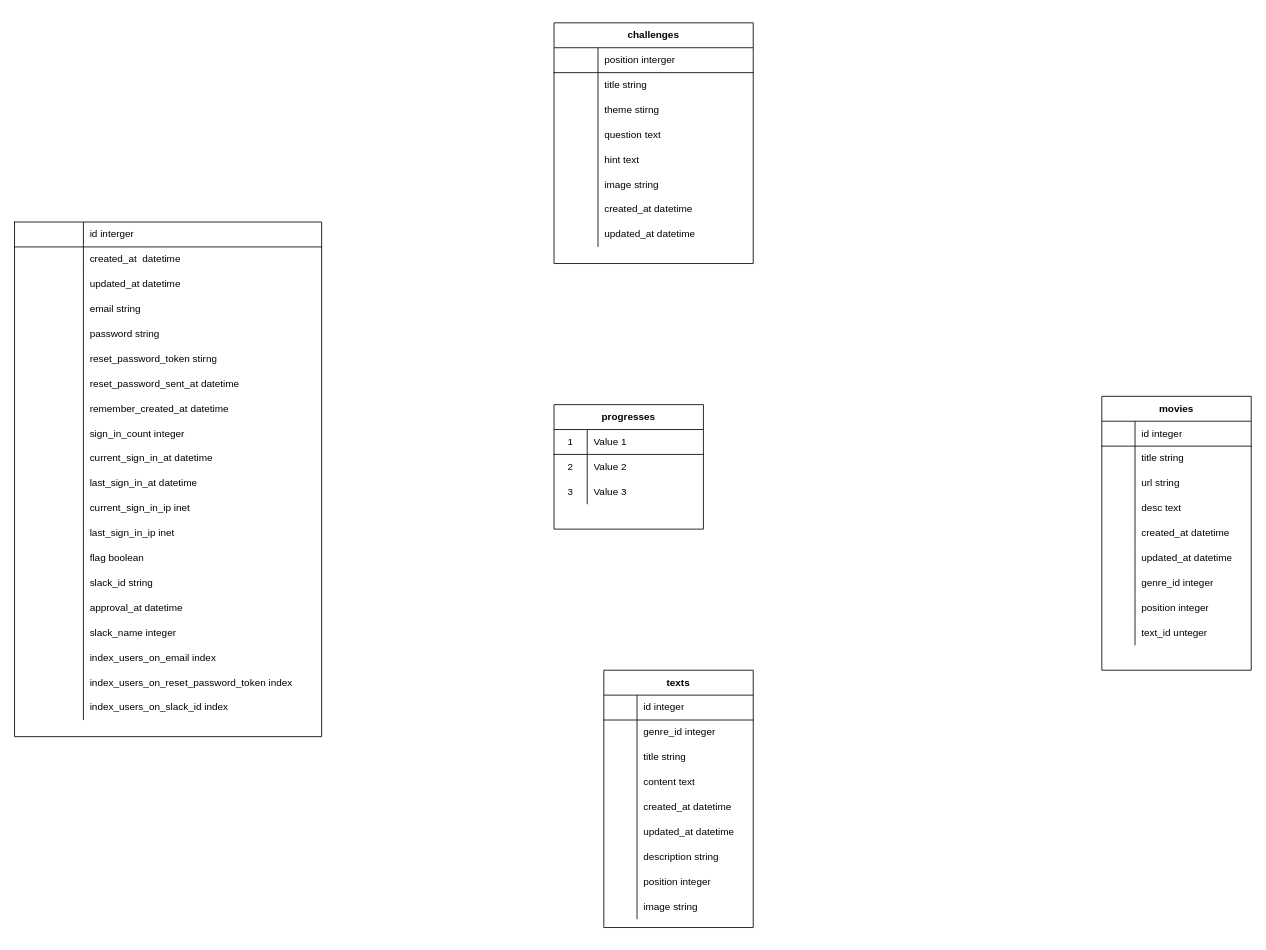
Before: erd.drawio in yanbaru-expert/Gyakuten, a draw.io diagram. Source tidied: cells renumbered, new cells numbered last; positions are measured from the earlier drawing's top-left corner, leaving out a move shared by most shapes. Both pictures are drawn from the tidied source at 83%, with x=0, y=0 at pixel (14, 22).
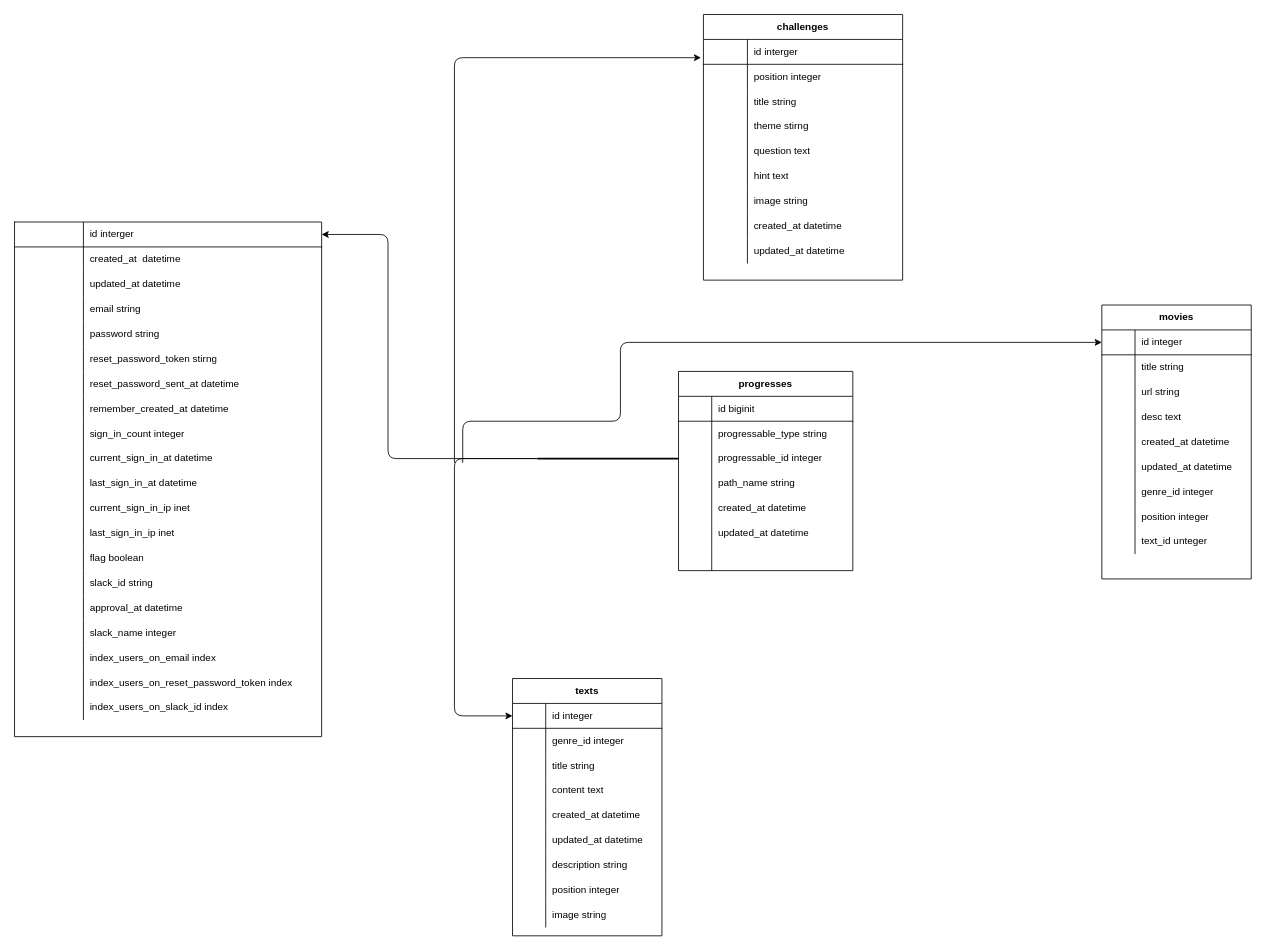
The same diagram, later.

Unchanged cells that the change refers to:
```xml
<mxCell id="3" style="shape=partialRectangle;html=1;whiteSpace=wrap;fillColor=none;top=0;left=0;bottom=1;right=0;points=[[0,0.5],[1,0.5]];portConstraint=eastwest;" parent="2" vertex="1">
  <mxGeometry width="370" height="30" as="geometry" />
</mxCell>
<mxCell id="64" style="shape=partialRectangle;html=1;whiteSpace=wrap;fillColor=none;top=0;left=0;bottom=1;right=0;points=[[0,0.5],[1,0.5]];portConstraint=eastwest;" parent="63" vertex="1">
  <mxGeometry y="30" width="240" height="30" as="geometry" />
</mxCell>
<mxCell id="67" style="shape=partialRectangle;html=1;whiteSpace=wrap;fillColor=none;top=0;left=0;bottom=0;right=0;" parent="63" vertex="1">
  <mxGeometry y="60" width="240" height="30" as="geometry" />
</mxCell>
<mxCell id="89" style="shape=partialRectangle;html=1;whiteSpace=wrap;fillColor=none;top=0;left=0;bottom=1;right=0;points=[[0,0.5],[1,0.5]];portConstraint=eastwest;" parent="88" vertex="1">
  <mxGeometry y="30" width="180" height="30" as="geometry" />
</mxCell>
<mxCell id="117" style="shape=partialRectangle;html=1;whiteSpace=wrap;fillColor=none;top=0;left=0;bottom=1;right=0;points=[[0,0.5],[1,0.5]];portConstraint=eastwest;" parent="116" vertex="1">
  <mxGeometry y="30" width="180" height="30" as="geometry" />
</mxCell>
```

The edit, as a diff of the source:
```diff
@@
     <mxCell id="63" value="challenges" style="shape=table;html=1;whiteSpace=wrap;startSize=30;childLayout=tableLayout;rowLines=0;fontStyle=1;align=center;" parent="1" vertex="1">
-      <mxGeometry x="650" width="240" height="290" as="geometry" />
+      <mxGeometry x="830" y="-10" width="240" height="320" as="geometry" />
     </mxCell>
@@
-    <mxCell id="66" value="position interger" style="shape=partialRectangle;html=1;whiteSpace=wrap;fillColor=none;top=0;left=0;bottom=0;right=0;align=left;spacingLeft=6;overflow=hidden;" parent="64" vertex="1">
+    <mxCell id="66" value="id interger" style="shape=partialRectangle;html=1;whiteSpace=wrap;fillColor=none;top=0;left=0;bottom=0;right=0;align=left;spacingLeft=6;overflow=hidden;" parent="64" vertex="1">
       <mxGeometry x="53" width="187" height="30" as="geometry" />
     </mxCell>
@@
-    <mxCell id="69" value="title string" style="shape=partialRectangle;html=1;whiteSpace=wrap;fillColor=none;top=0;left=0;bottom=0;right=0;align=left;spacingLeft=6;overflow=hidden;" parent="67" vertex="1">
+    <mxCell id="69" value="position integer" style="shape=partialRectangle;html=1;whiteSpace=wrap;fillColor=none;top=0;left=0;bottom=0;right=0;align=left;spacingLeft=6;overflow=hidden;" parent="67" vertex="1">
       <mxGeometry x="53" width="187" height="30" as="geometry" />
     </mxCell>
+    <mxCell id="154" style="shape=partialRectangle;html=1;whiteSpace=wrap;fillColor=none;top=0;left=0;bottom=0;right=0;" parent="63" vertex="1">
+      <mxGeometry y="90" width="240" height="30" as="geometry" />
+    </mxCell>
+    <mxCell id="155" style="shape=partialRectangle;html=1;whiteSpace=wrap;fillColor=none;top=0;left=0;bottom=0;right=0;overflow=hidden;" parent="154" vertex="1">
+      <mxGeometry width="53" height="30" as="geometry" />
+    </mxCell>
+    <mxCell id="156" value="title string" style="shape=partialRectangle;html=1;whiteSpace=wrap;fillColor=none;top=0;left=0;bottom=0;right=0;align=left;spacingLeft=6;overflow=hidden;" parent="154" vertex="1">
+      <mxGeometry x="53" width="187" height="30" as="geometry" />
+    </mxCell>
     <mxCell id="70" style="shape=partialRectangle;html=1;whiteSpace=wrap;fillColor=none;top=0;left=0;bottom=0;right=0;" parent="63" vertex="1">
-      <mxGeometry y="90" width="240" height="30" as="geometry" />
+      <mxGeometry y="120" width="240" height="30" as="geometry" />
     </mxCell>
@@
     <mxCell id="73" style="shape=partialRectangle;html=1;whiteSpace=wrap;fillColor=none;top=0;left=0;bottom=0;right=0;" parent="63" vertex="1">
-      <mxGeometry y="120" width="240" height="30" as="geometry" />
+      <mxGeometry y="150" width="240" height="30" as="geometry" />
     </mxCell>
@@
     <mxCell id="76" style="shape=partialRectangle;html=1;whiteSpace=wrap;fillColor=none;top=0;left=0;bottom=0;right=0;" parent="63" vertex="1">
-      <mxGeometry y="150" width="240" height="30" as="geometry" />
+      <mxGeometry y="180" width="240" height="30" as="geometry" />
     </mxCell>
@@
     <mxCell id="79" style="shape=partialRectangle;html=1;whiteSpace=wrap;fillColor=none;top=0;left=0;bottom=0;right=0;" parent="63" vertex="1">
-      <mxGeometry y="180" width="240" height="30" as="geometry" />
+      <mxGeometry y="210" width="240" height="30" as="geometry" />
     </mxCell>
@@
     <mxCell id="82" style="shape=partialRectangle;html=1;whiteSpace=wrap;fillColor=none;top=0;left=0;bottom=0;right=0;" parent="63" vertex="1">
-      <mxGeometry y="210" width="240" height="30" as="geometry" />
+      <mxGeometry y="240" width="240" height="30" as="geometry" />
     </mxCell>
@@
     <mxCell id="85" style="shape=partialRectangle;html=1;whiteSpace=wrap;fillColor=none;top=0;left=0;bottom=0;right=0;" parent="63" vertex="1">
-      <mxGeometry y="240" width="240" height="30" as="geometry" />
+      <mxGeometry y="270" width="240" height="30" as="geometry" />
     </mxCell>
@@
     <mxCell id="88" value="movies" style="shape=table;html=1;whiteSpace=wrap;startSize=30;childLayout=tableLayout;rowLines=0;fontStyle=1;align=center;" parent="1" vertex="1">
-      <mxGeometry x="1310" y="450" width="180" height="330" as="geometry" />
+      <mxGeometry x="1310" y="340" width="180" height="330" as="geometry" />
     </mxCell>
@@
     <mxCell id="116" value="texts" style="shape=table;html=1;whiteSpace=wrap;startSize=30;childLayout=tableLayout;rowLines=0;fontStyle=1;align=center;" parent="1" vertex="1">
-      <mxGeometry x="710" y="780" width="180" height="310" as="geometry" />
+      <mxGeometry x="600" y="790" width="180" height="310" as="geometry" />
     </mxCell>
@@
     <mxCell id="144" value="progresses" style="shape=table;html=1;whiteSpace=wrap;startSize=30;childLayout=tableLayout;rowLines=0;fontStyle=1;align=center;" parent="1" vertex="1">
-      <mxGeometry x="650" y="460" width="180" height="150" as="geometry" />
+      <mxGeometry x="800" y="420" width="210" height="240" as="geometry" />
     </mxCell>
     <mxCell id="145" style="shape=partialRectangle;html=1;whiteSpace=wrap;fillColor=none;top=0;left=0;bottom=1;right=0;" parent="144" vertex="1">
-      <mxGeometry y="30" width="180" height="30" as="geometry" />
+      <mxGeometry y="30" width="210" height="30" as="geometry" />
     </mxCell>
-    <mxCell id="146" value="1" style="shape=partialRectangle;html=1;whiteSpace=wrap;fillColor=none;top=0;left=0;bottom=0;right=0;overflow=hidden;" parent="145" vertex="1">
+    <mxCell id="146" style="shape=partialRectangle;html=1;whiteSpace=wrap;fillColor=none;top=0;left=0;bottom=0;right=0;overflow=hidden;" parent="145" vertex="1">
       <mxGeometry width="40" height="30" as="geometry" />
     </mxCell>
-    <mxCell id="147" value="Value 1" style="shape=partialRectangle;html=1;whiteSpace=wrap;fillColor=none;top=0;left=0;bottom=0;right=0;align=left;spacingLeft=6;overflow=hidden;" parent="145" vertex="1">
-      <mxGeometry x="40" width="140" height="30" as="geometry" />
+    <mxCell id="147" value="id biginit" style="shape=partialRectangle;html=1;whiteSpace=wrap;fillColor=none;top=0;left=0;bottom=0;right=0;align=left;spacingLeft=6;overflow=hidden;" parent="145" vertex="1">
+      <mxGeometry x="40" width="170" height="30" as="geometry" />
     </mxCell>
     <mxCell id="148" style="shape=partialRectangle;html=1;whiteSpace=wrap;fillColor=none;top=0;left=0;bottom=0;right=0;" parent="144" vertex="1">
-      <mxGeometry y="60" width="180" height="30" as="geometry" />
+      <mxGeometry y="60" width="210" height="30" as="geometry" />
     </mxCell>
-    <mxCell id="149" value="2" style="shape=partialRectangle;html=1;whiteSpace=wrap;fillColor=none;top=0;left=0;bottom=0;right=0;overflow=hidden;" parent="148" vertex="1">
+    <mxCell id="149" style="shape=partialRectangle;html=1;whiteSpace=wrap;fillColor=none;top=0;left=0;bottom=0;right=0;overflow=hidden;" parent="148" vertex="1">
       <mxGeometry width="40" height="30" as="geometry" />
     </mxCell>
-    <mxCell id="150" value="Value 2" style="shape=partialRectangle;html=1;whiteSpace=wrap;fillColor=none;top=0;left=0;bottom=0;right=0;align=left;spacingLeft=6;overflow=hidden;" parent="148" vertex="1">
-      <mxGeometry x="40" width="140" height="30" as="geometry" />
+    <mxCell id="150" value="progressable_type string" style="shape=partialRectangle;html=1;whiteSpace=wrap;fillColor=none;top=0;left=0;bottom=0;right=0;align=left;spacingLeft=6;overflow=hidden;" parent="148" vertex="1">
+      <mxGeometry x="40" width="170" height="30" as="geometry" />
     </mxCell>
+    <mxCell id="157" style="shape=partialRectangle;html=1;whiteSpace=wrap;fillColor=none;top=0;left=0;bottom=0;right=0;" parent="144" vertex="1">
+      <mxGeometry y="90" width="210" height="30" as="geometry" />
+    </mxCell>
+    <mxCell id="158" style="shape=partialRectangle;html=1;whiteSpace=wrap;fillColor=none;top=0;left=0;bottom=0;right=0;overflow=hidden;" parent="157" vertex="1">
+      <mxGeometry width="40" height="30" as="geometry" />
+    </mxCell>
+    <mxCell id="159" value="progressable_id integer" style="shape=partialRectangle;html=1;whiteSpace=wrap;fillColor=none;top=0;left=0;bottom=0;right=0;align=left;spacingLeft=6;overflow=hidden;" parent="157" vertex="1">
+      <mxGeometry x="40" width="170" height="30" as="geometry" />
+    </mxCell>
+    <mxCell id="160" style="shape=partialRectangle;html=1;whiteSpace=wrap;fillColor=none;top=0;left=0;bottom=0;right=0;" parent="144" vertex="1">
+      <mxGeometry y="120" width="210" height="30" as="geometry" />
+    </mxCell>
+    <mxCell id="161" style="shape=partialRectangle;html=1;whiteSpace=wrap;fillColor=none;top=0;left=0;bottom=0;right=0;overflow=hidden;" parent="160" vertex="1">
+      <mxGeometry width="40" height="30" as="geometry" />
+    </mxCell>
+    <mxCell id="162" value="path_name string" style="shape=partialRectangle;html=1;whiteSpace=wrap;fillColor=none;top=0;left=0;bottom=0;right=0;align=left;spacingLeft=6;overflow=hidden;" parent="160" vertex="1">
+      <mxGeometry x="40" width="170" height="30" as="geometry" />
+    </mxCell>
+    <mxCell id="163" style="shape=partialRectangle;html=1;whiteSpace=wrap;fillColor=none;top=0;left=0;bottom=0;right=0;" parent="144" vertex="1">
+      <mxGeometry y="150" width="210" height="30" as="geometry" />
+    </mxCell>
+    <mxCell id="164" style="shape=partialRectangle;html=1;whiteSpace=wrap;fillColor=none;top=0;left=0;bottom=0;right=0;overflow=hidden;" parent="163" vertex="1">
+      <mxGeometry width="40" height="30" as="geometry" />
+    </mxCell>
+    <mxCell id="165" value="created_at datetime" style="shape=partialRectangle;html=1;whiteSpace=wrap;fillColor=none;top=0;left=0;bottom=0;right=0;align=left;spacingLeft=6;overflow=hidden;" parent="163" vertex="1">
+      <mxGeometry x="40" width="170" height="30" as="geometry" />
+    </mxCell>
+    <mxCell id="166" style="shape=partialRectangle;html=1;whiteSpace=wrap;fillColor=none;top=0;left=0;bottom=0;right=0;" parent="144" vertex="1">
+      <mxGeometry y="180" width="210" height="30" as="geometry" />
+    </mxCell>
+    <mxCell id="167" style="shape=partialRectangle;html=1;whiteSpace=wrap;fillColor=none;top=0;left=0;bottom=0;right=0;overflow=hidden;" parent="166" vertex="1">
+      <mxGeometry width="40" height="30" as="geometry" />
+    </mxCell>
+    <mxCell id="168" value="updated_at datetime" style="shape=partialRectangle;html=1;whiteSpace=wrap;fillColor=none;top=0;left=0;bottom=0;right=0;align=left;spacingLeft=6;overflow=hidden;" parent="166" vertex="1">
+      <mxGeometry x="40" width="170" height="30" as="geometry" />
+    </mxCell>
     <mxCell id="151" style="shape=partialRectangle;html=1;whiteSpace=wrap;fillColor=none;top=0;left=0;bottom=0;right=0;" parent="144" vertex="1">
-      <mxGeometry y="90" width="180" height="30" as="geometry" />
+      <mxGeometry y="210" width="210" height="30" as="geometry" />
     </mxCell>
-    <mxCell id="152" value="3" style="shape=partialRectangle;html=1;whiteSpace=wrap;fillColor=none;top=0;left=0;bottom=0;right=0;overflow=hidden;" parent="151" vertex="1">
+    <mxCell id="152" style="shape=partialRectangle;html=1;whiteSpace=wrap;fillColor=none;top=0;left=0;bottom=0;right=0;overflow=hidden;" parent="151" vertex="1">
       <mxGeometry width="40" height="30" as="geometry" />
     </mxCell>
-    <mxCell id="153" value="Value 3" style="shape=partialRectangle;html=1;whiteSpace=wrap;fillColor=none;top=0;left=0;bottom=0;right=0;align=left;spacingLeft=6;overflow=hidden;" parent="151" vertex="1">
-      <mxGeometry x="40" width="140" height="30" as="geometry" />
+    <mxCell id="153" style="shape=partialRectangle;html=1;whiteSpace=wrap;fillColor=none;top=0;left=0;bottom=0;right=0;align=left;spacingLeft=6;overflow=hidden;" parent="151" vertex="1">
+      <mxGeometry x="40" width="170" height="30" as="geometry" />
     </mxCell>
+    <mxCell id="169" style="line;strokeWidth=2;html=1;" parent="1" vertex="1">
+      <mxGeometry x="630" y="440" width="170" height="170" as="geometry" />
+    </mxCell>
+    <mxCell id="170" style="edgeStyle=elbowEdgeStyle;elbow=horizontal;endArrow=classic;html=1;exitX=0;exitY=0.5;exitDx=0;exitDy=0;exitPerimeter=0;entryX=1;entryY=0.5;entryDx=0;entryDy=0;" parent="1" edge="1" source="169" target="3">
+      <mxGeometry relative="1" as="geometry">
+        <Array as="points">
+          <mxPoint x="450" y="430" />
+          <mxPoint x="450" y="480" />
+        </Array>
+      </mxGeometry>
+    </mxCell>
+    <mxCell id="171" style="edgeStyle=elbowEdgeStyle;elbow=horizontal;endArrow=classic;html=1;entryX=0;entryY=0.5;entryDx=0;entryDy=0;" parent="1" edge="1" source="169" target="117">
+      <mxGeometry relative="1" as="geometry">
+        <Array as="points">
+          <mxPoint x="530" y="730" />
+        </Array>
+      </mxGeometry>
+    </mxCell>
+    <mxCell id="172" style="edgeStyle=elbowEdgeStyle;elbow=vertical;endArrow=classic;html=1;entryX=-0.012;entryY=0.733;entryDx=0;entryDy=0;entryPerimeter=0;" parent="1" edge="1" target="64">
+      <mxGeometry relative="1" as="geometry">
+        <mxPoint x="530" y="530" as="sourcePoint" />
+        <Array as="points">
+          <mxPoint x="540" y="42" />
+          <mxPoint x="630" y="40" />
+        </Array>
+      </mxGeometry>
+    </mxCell>
+    <mxCell id="173" style="edgeStyle=segmentEdgeStyle;endArrow=classic;html=1;entryX=0;entryY=0.5;entryDx=0;entryDy=0;" parent="1" edge="1" target="89">
+      <mxGeometry relative="1" as="geometry">
+        <mxPoint x="540" y="530" as="sourcePoint" />
+        <Array as="points">
+          <mxPoint x="730" y="480" />
+          <mxPoint x="730" y="385" />
+        </Array>
+      </mxGeometry>
+    </mxCell>
```
